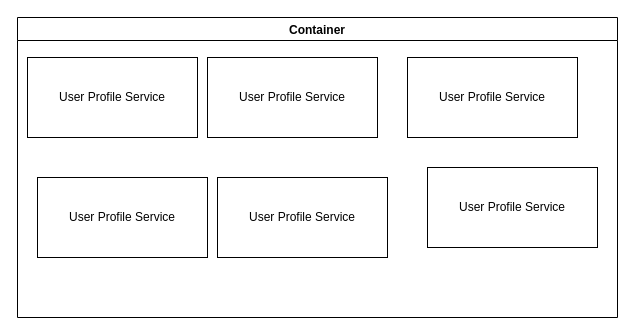
Above: Untitled Diagram.drawio in a-pavithraa/tutorials (draw.io), before the change. Source tidied: cells renumbered, new cells numbered last; positions are measured from the earlier drawing's top-left corner, leaving out a move shared by most shapes. Both pictures are drawn from the tidied source at 100%, with x=0, y=0 at pixel (17, 17).
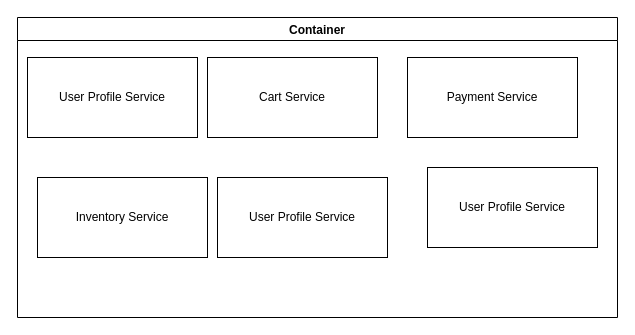
Above is the later version.

What changed in the source:
```diff
@@
 <mxGraphModel>
   <root>
     <mxCell id="0" />
     <mxCell id="1" parent="0" />
     <mxCell id="2" value="Container" style="swimlane;startSize=23;" parent="1" vertex="1">
       <mxGeometry width="600" height="300" as="geometry" />
     </mxCell>
     <mxCell id="3" value="User Profile Service" style="rounded=0;whiteSpace=wrap;html=1;" parent="2" vertex="1">
       <mxGeometry x="10" y="40" width="170" height="80" as="geometry" />
     </mxCell>
-    <mxCell id="4" value="User Profile Service" style="rounded=0;whiteSpace=wrap;html=1;" parent="2" vertex="1">
+    <mxCell id="4" value="Cart Service" style="rounded=0;whiteSpace=wrap;html=1;" parent="2" vertex="1">
       <mxGeometry x="190" y="40" width="170" height="80" as="geometry" />
     </mxCell>
-    <mxCell id="5" value="User Profile Service" style="rounded=0;whiteSpace=wrap;html=1;" parent="2" vertex="1">
+    <mxCell id="5" value="Payment Service" style="rounded=0;whiteSpace=wrap;html=1;" parent="2" vertex="1">
       <mxGeometry x="390" y="40" width="170" height="80" as="geometry" />
     </mxCell>
-    <mxCell id="6" value="User Profile Service" style="rounded=0;whiteSpace=wrap;html=1;" parent="2" vertex="1">
+    <mxCell id="6" value="Inventory Service" style="rounded=0;whiteSpace=wrap;html=1;" parent="2" vertex="1">
       <mxGeometry x="20" y="160" width="170" height="80" as="geometry" />
     </mxCell>
     <mxCell id="7" value="User Profile Service" style="rounded=0;whiteSpace=wrap;html=1;" parent="2" vertex="1">
       <mxGeometry x="200" y="160" width="170" height="80" as="geometry" />
     </mxCell>
     <mxCell id="8" value="User Profile Service" style="rounded=0;whiteSpace=wrap;html=1;" parent="2" vertex="1">
       <mxGeometry x="410" y="150" width="170" height="80" as="geometry" />
     </mxCell>
   </root>
 </mxGraphModel>
```
